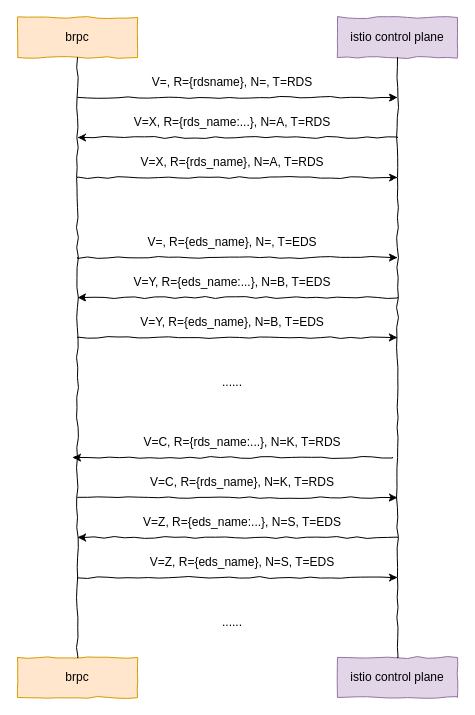
Silocean/diagrams keeps this draw.io diagram as brpc-xds-flow.drawio. Above is the earlier version. Source tidied: cells renumbered, new cells numbered last; positions are measured from the earlier drawing's top-left corner, leaving out a move shared by most shapes. Both pictures are drawn from the tidied source at 100%, with x=0, y=0 at pixel (17, 17).
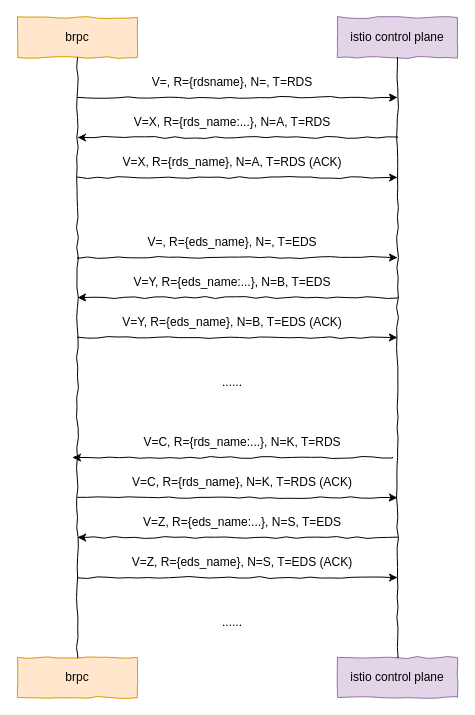
Above is the later version.

The edit, as a diff of the source:
```diff
@@
-    <mxCell id="13" value="V=X, R={rds_name}, N=A, T=RDS" style="text;html=1;strokeColor=none;fillColor=none;align=center;verticalAlign=middle;whiteSpace=wrap;rounded=0;comic=1;" parent="1" vertex="1">
+    <mxCell id="13" value="V=X, R={rds_name}, N=A, T=RDS (ACK)" style="text;html=1;strokeColor=none;fillColor=none;align=center;verticalAlign=middle;whiteSpace=wrap;rounded=0;comic=1;" parent="1" vertex="1">
       <mxGeometry x="90" y="130" width="250" height="30" as="geometry" />
     </mxCell>
@@
-    <mxCell id="19" value="V=Y, R={eds_name}, N=B, T=EDS" style="text;html=1;strokeColor=none;fillColor=none;align=center;verticalAlign=middle;whiteSpace=wrap;rounded=0;comic=1;" parent="1" vertex="1">
+    <mxCell id="19" value="V=Y, R={eds_name}, N=B, T=EDS (ACK)" style="text;html=1;strokeColor=none;fillColor=none;align=center;verticalAlign=middle;whiteSpace=wrap;rounded=0;comic=1;" parent="1" vertex="1">
       <mxGeometry x="90" y="290" width="250" height="30" as="geometry" />
     </mxCell>
@@
-    <mxCell id="24" value="V=C, R={rds_name}, N=K, T=RDS" style="text;html=1;strokeColor=none;fillColor=none;align=center;verticalAlign=middle;whiteSpace=wrap;rounded=0;comic=1;" parent="1" vertex="1">
+    <mxCell id="24" value="V=C, R={rds_name}, N=K, T=RDS (ACK)" style="text;html=1;strokeColor=none;fillColor=none;align=center;verticalAlign=middle;whiteSpace=wrap;rounded=0;comic=1;" parent="1" vertex="1">
       <mxGeometry x="100" y="450" width="250" height="30" as="geometry" />
     </mxCell>
@@
-    <mxCell id="29" value="V=Z, R={eds_name}, N=S, T=EDS" style="text;html=1;strokeColor=none;fillColor=none;align=center;verticalAlign=middle;whiteSpace=wrap;rounded=0;comic=1;" parent="1" vertex="1">
+    <mxCell id="29" value="V=Z, R={eds_name}, N=S, T=EDS (ACK)" style="text;html=1;strokeColor=none;fillColor=none;align=center;verticalAlign=middle;whiteSpace=wrap;rounded=0;comic=1;" parent="1" vertex="1">
       <mxGeometry x="100" y="530" width="250" height="30" as="geometry" />
     </mxCell>
```
